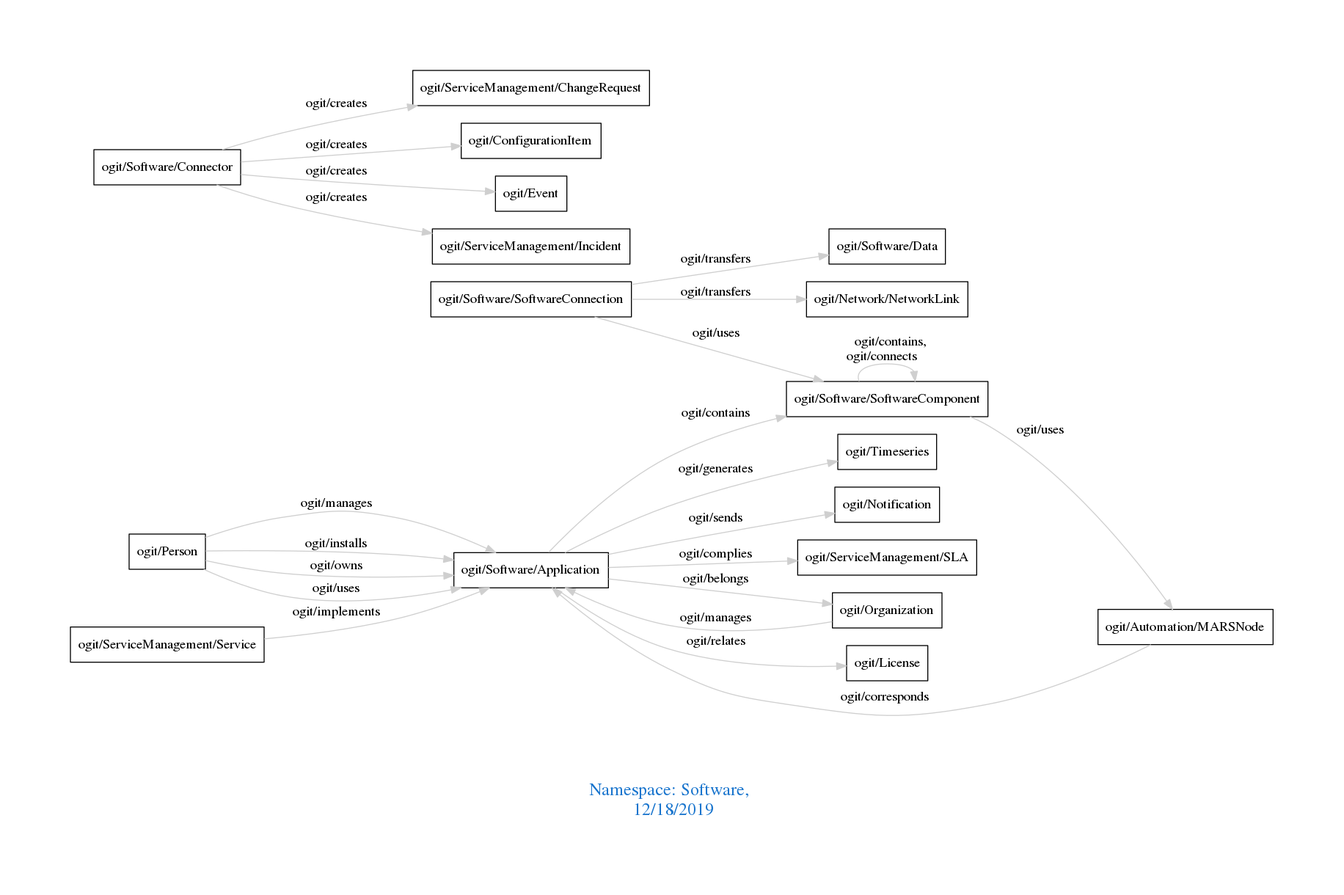
arago/OGIT keeps this Graphviz diagram as downloads/Software.png. Above is the earlier version. Its source is kept beside it as downloads/Software.dot.
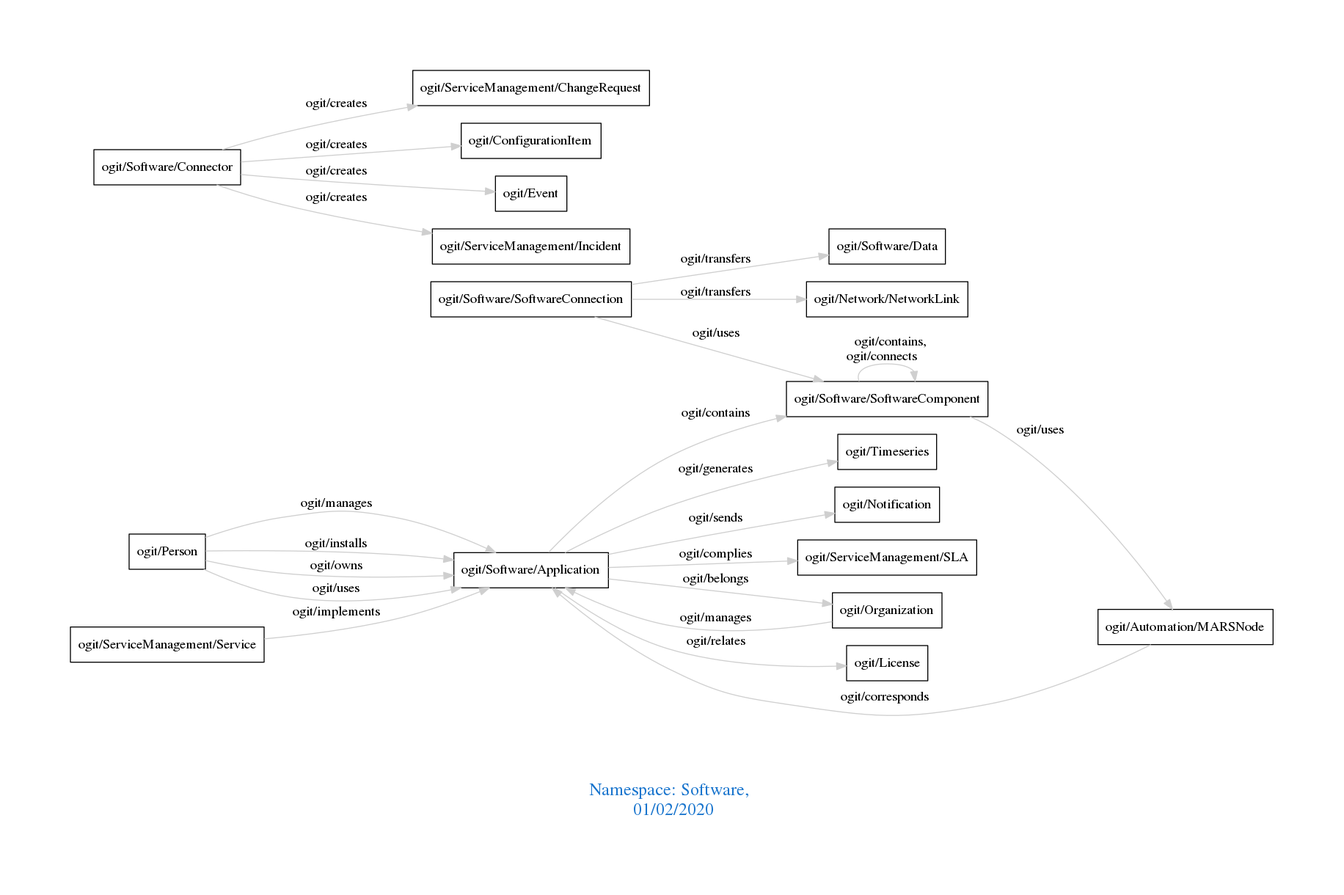
Later version of the same file.

Diff of the diagram source:
```diff
@@ -1,7 +1,7 @@
 digraph OGIT_ontology {
  graph [ rankdir= LR,pad=1
 fontsize = 18,
-fontcolor= dodgerblue3,label = "\n\n\nNamespace: Software, \n 12/18/2019"];
+fontcolor= dodgerblue3,label = "\n\n\nNamespace: Software, \n 01/02/2020"];
 node[shape=polygon];
 edge [  color="gray81"];
 
```
